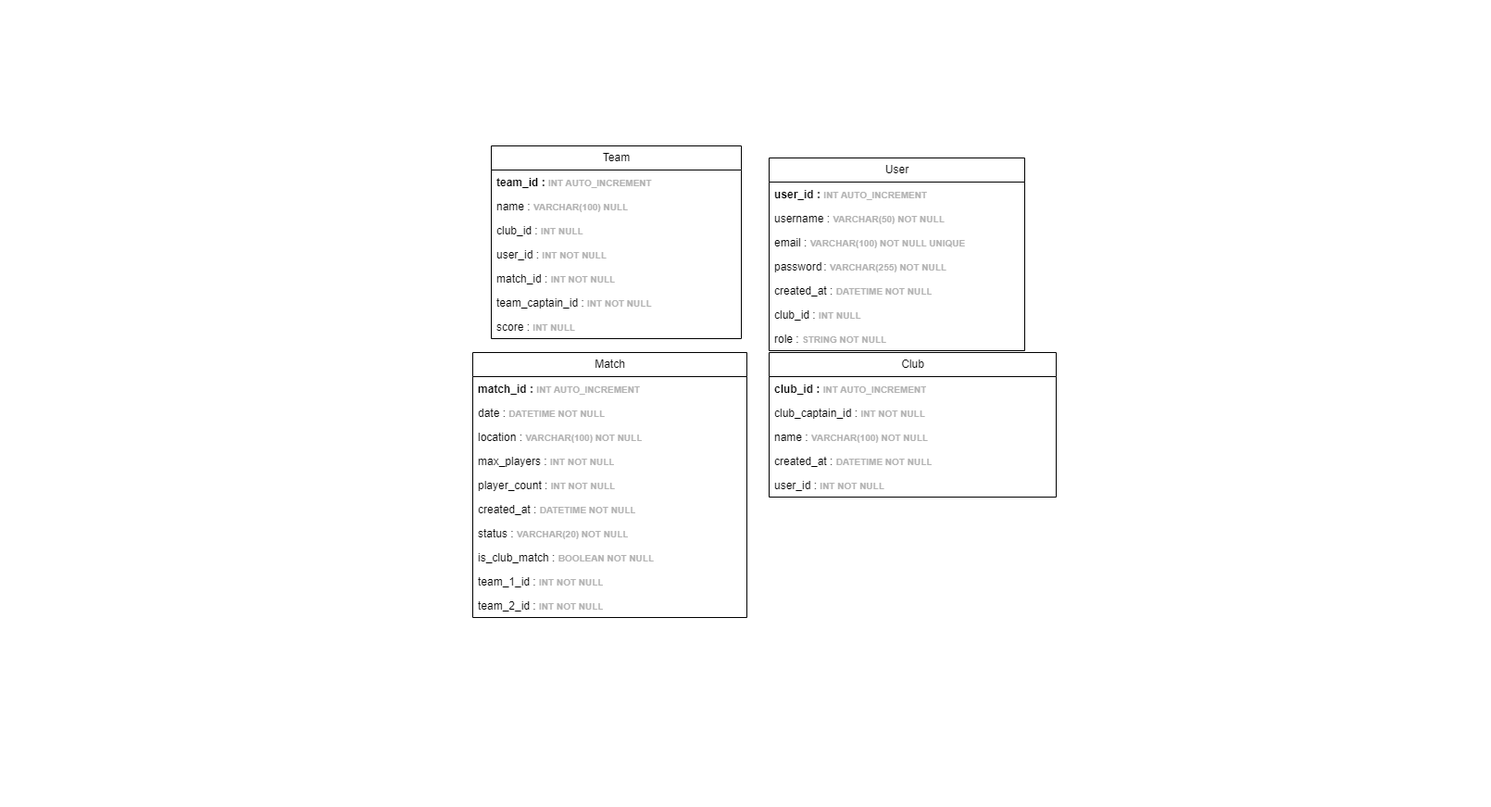
The draw.io diagram MPD.drawio.png in Mathistrg/Styx, before a commit. Source tidied: cells renumbered, new cells last; positions are measured from the earlier drawing's top-left corner, leaving out a move shared by most shapes.
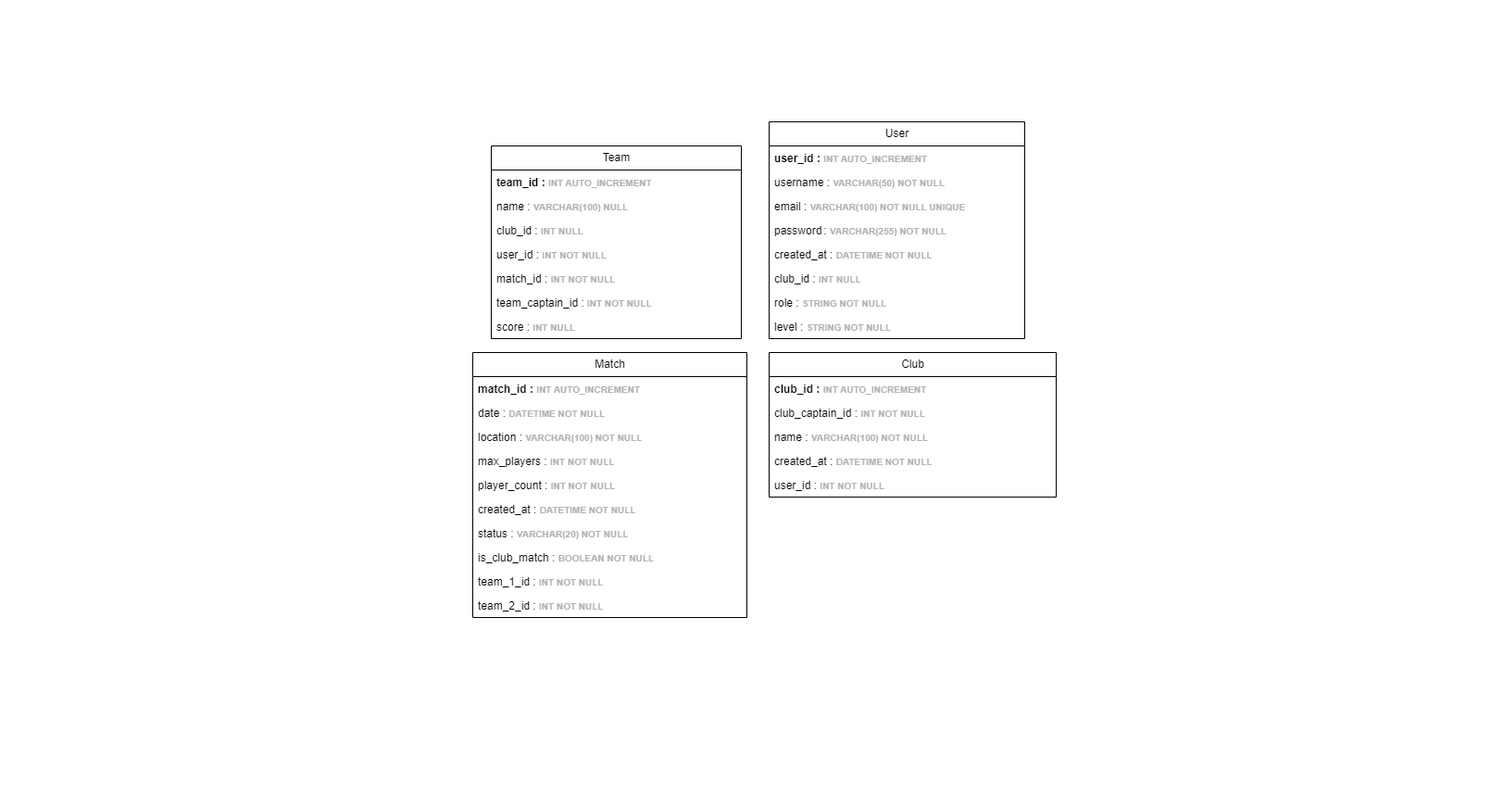
The same file after the commit.

Commit message:
Mettre à jour MPD.drawio.png

The edit, as a diff of the source:
```diff
@@ -6,7 +6,7 @@
       <mxGeometry width="1610" height="870" as="geometry" />
     </mxCell>
     <mxCell id="3" value="User" style="swimlane;fontStyle=0;horizontal=1;startSize=26;fillColor=none;html=1;" parent="1" vertex="1">
-      <mxGeometry x="830" y="170" width="276" height="208" as="geometry" />
+      <mxGeometry x="830" y="131" width="276" height="234" as="geometry" />
     </mxCell>
     <mxCell id="4" value="&lt;b&gt;user_id :&amp;nbsp;&lt;font style=&quot;font-size: 10px; color: rgb(179, 179, 179);&quot;&gt;INT AUTO_INCREMENT&lt;/font&gt;&lt;/b&gt;" style="text;strokeColor=none;fillColor=none;align=left;verticalAlign=top;spacingLeft=4;spacingRight=4;overflow=hidden;whiteSpace=wrap;html=1;" parent="3" vertex="1">
       <mxGeometry y="26" width="276" height="26" as="geometry" />
@@ -29,6 +29,9 @@
     <mxCell id="10" value="role : &lt;font color=&quot;#b3b3b3&quot;&gt;&lt;span style=&quot;font-size: 10px;&quot;&gt;&lt;b&gt;STRING NOT NULL&lt;/b&gt;&lt;/span&gt;&lt;/font&gt;" style="text;strokeColor=none;fillColor=none;align=left;verticalAlign=top;spacingLeft=4;spacingRight=4;overflow=hidden;whiteSpace=wrap;html=1;" parent="3" vertex="1">
       <mxGeometry y="182" width="276" height="26" as="geometry" />
     </mxCell>
+    <mxCell id="36" value="level : &lt;font color=&quot;#b3b3b3&quot;&gt;&lt;span style=&quot;font-size: 10px;&quot;&gt;&lt;b&gt;STRING NOT NULL&lt;/b&gt;&lt;/span&gt;&lt;/font&gt;" style="text;strokeColor=none;fillColor=none;align=left;verticalAlign=top;spacingLeft=4;spacingRight=4;overflow=hidden;whiteSpace=wrap;html=1;" parent="3" vertex="1">
+      <mxGeometry y="208" width="276" height="26" as="geometry" />
+    </mxCell>
     <mxCell id="11" value="Match" style="swimlane;fontStyle=0;horizontal=1;startSize=26;fillColor=none;html=1;" parent="1" vertex="1">
       <mxGeometry x="510" y="380" width="296" height="286" as="geometry" />
     </mxCell>
```
